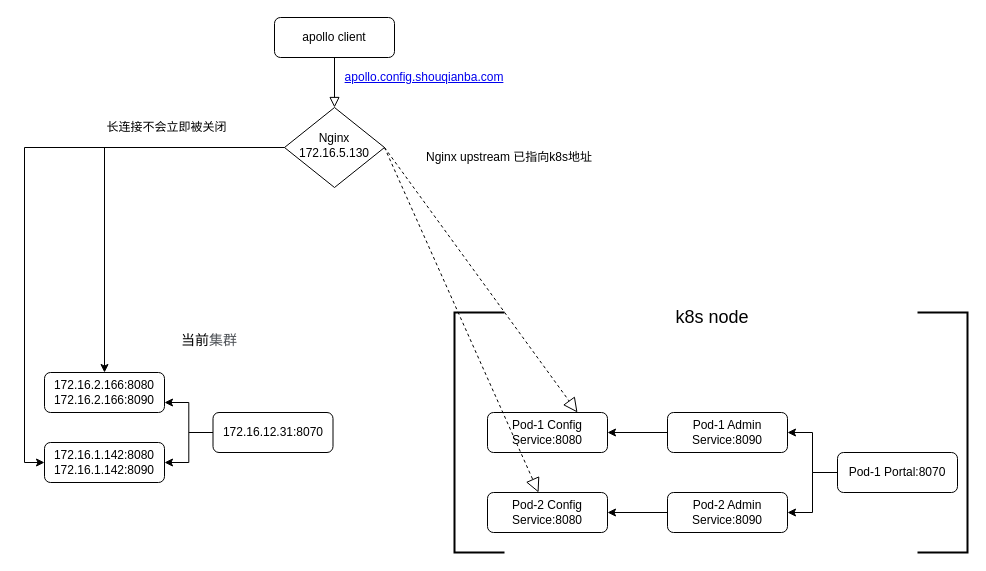
Earlier version of the draw.io diagram page "3client切换1" (3 of 7) of Untitled Diagram.drawio (RockyLOMO/devops-java-sample). Source tidied: cells renumbered, new cells numbered last; positions are measured from the earlier drawing's top-left corner, leaving out a move shared by most shapes. Both pictures are drawn from the tidied source at 100%, with x=0, y=0 at pixel (44, 17).
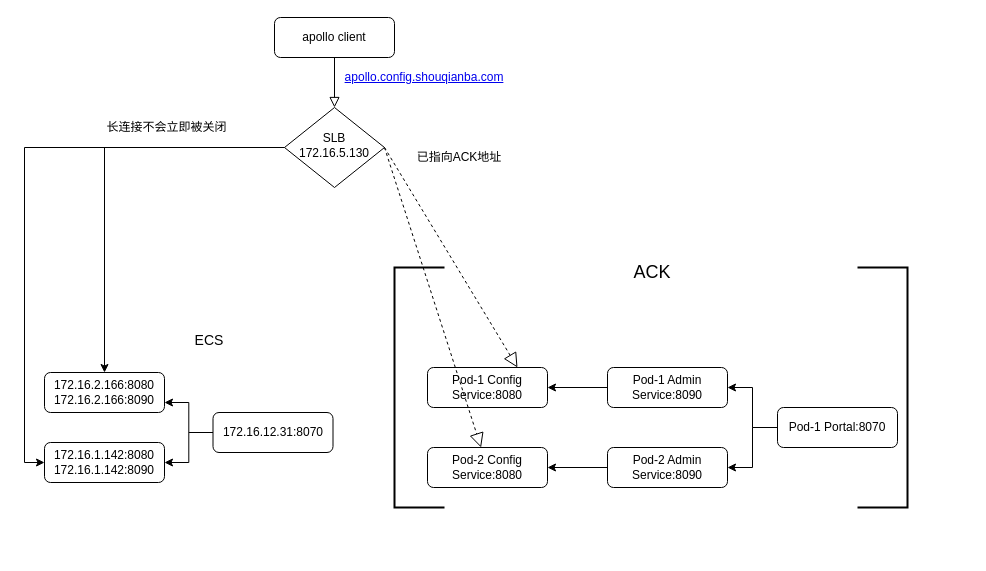
The same page after the edit.

The edit, as a diff of the source:
```diff
@@
-    <mxCell id="6" value="Nginx&lt;br&gt;172.16.5.130" style="rhombus;whiteSpace=wrap;html=1;shadow=0;fontFamily=Helvetica;fontSize=12;align=center;strokeWidth=1;spacing=6;spacingTop=-4;" parent="1" vertex="1">
+    <mxCell id="6" value="SLB&lt;br&gt;172.16.5.130" style="rhombus;whiteSpace=wrap;html=1;shadow=0;fontFamily=Helvetica;fontSize=12;align=center;strokeWidth=1;spacing=6;spacingTop=-4;" parent="1" vertex="1">
       <mxGeometry x="240" y="90" width="100" height="80" as="geometry" />
     </mxCell>
@@
     <mxCell id="10" value="Pod-1 Portal:8070" style="rounded=1;whiteSpace=wrap;html=1;fontSize=12;glass=0;strokeWidth=1;shadow=0;" parent="1" vertex="1">
-      <mxGeometry x="793" y="435" width="120" height="40" as="geometry" />
+      <mxGeometry x="733" y="390" width="120" height="40" as="geometry" />
     </mxCell>
     <mxCell id="11" value="Pod-1 Config Service:8080" style="rounded=1;whiteSpace=wrap;html=1;fontSize=12;glass=0;strokeWidth=1;shadow=0;" parent="1" vertex="1">
-      <mxGeometry x="443" y="395" width="120" height="40" as="geometry" />
+      <mxGeometry x="383" y="350" width="120" height="40" as="geometry" />
     </mxCell>
     <mxCell id="12" value="Pod-2 Config Service:8080" style="rounded=1;whiteSpace=wrap;html=1;fontSize=12;glass=0;strokeWidth=1;shadow=0;" parent="1" vertex="1">
-      <mxGeometry x="443" y="475" width="120" height="40" as="geometry" />
+      <mxGeometry x="383" y="430" width="120" height="40" as="geometry" />
     </mxCell>
@@
     <mxCell id="14" value="Pod-1 Admin Service:8090" style="rounded=1;whiteSpace=wrap;html=1;fontSize=12;glass=0;strokeWidth=1;shadow=0;" parent="1" vertex="1">
-      <mxGeometry x="623" y="395" width="120" height="40" as="geometry" />
+      <mxGeometry x="563" y="350" width="120" height="40" as="geometry" />
     </mxCell>
@@
     <mxCell id="16" value="Pod-2 Admin Service:8090" style="rounded=1;whiteSpace=wrap;html=1;fontSize=12;glass=0;strokeWidth=1;shadow=0;" parent="1" vertex="1">
-      <mxGeometry x="623" y="475" width="120" height="40" as="geometry" />
+      <mxGeometry x="563" y="430" width="120" height="40" as="geometry" />
     </mxCell>
-    <mxCell id="17" value="&lt;font style=&quot;font-size: 18px&quot;&gt;k8s node&lt;/font&gt;" style="text;html=1;strokeColor=none;fillColor=none;align=center;verticalAlign=middle;whiteSpace=wrap;rounded=0;" parent="1" vertex="1">
-      <mxGeometry x="623" y="285" width="90" height="30" as="geometry" />
+    <mxCell id="17" value="&lt;font style=&quot;font-size: 18px&quot;&gt;ACK&lt;/font&gt;" style="text;html=1;strokeColor=none;fillColor=none;align=center;verticalAlign=middle;whiteSpace=wrap;rounded=0;" parent="1" vertex="1">
+      <mxGeometry x="563" y="240" width="90" height="30" as="geometry" />
     </mxCell>
     <mxCell id="18" style="strokeWidth=2;html=1;shape=mxgraph.flowchart.annotation_1;align=left;" parent="1" vertex="1">
-      <mxGeometry x="410" y="295" width="50" height="240" as="geometry" />
+      <mxGeometry x="350" y="250" width="50" height="240" as="geometry" />
     </mxCell>
     <mxCell id="19" style="strokeWidth=2;html=1;shape=mxgraph.flowchart.annotation_1;align=left;direction=west;" parent="1" vertex="1">
-      <mxGeometry x="873" y="295" width="50" height="240" as="geometry" />
+      <mxGeometry x="813" y="250" width="50" height="240" as="geometry" />
     </mxCell>
@@
-    <mxCell id="25" value="&lt;font style=&quot;font-size: 14px&quot;&gt;当前&lt;/font&gt;&lt;span style=&quot;color: rgb(77 , 81 , 86) ; font-family: &amp;#34;arial&amp;#34; , sans-serif ; font-size: 14px ; text-align: left ; background-color: rgb(255 , 255 , 255)&quot;&gt;集群&lt;/span&gt;" style="text;html=1;strokeColor=none;fillColor=none;align=center;verticalAlign=middle;whiteSpace=wrap;rounded=0;" parent="1" vertex="1">
+    <mxCell id="25" value="&lt;span style=&quot;font-size: 14px&quot;&gt;ECS&lt;/span&gt;" style="text;html=1;strokeColor=none;fillColor=none;align=center;verticalAlign=middle;whiteSpace=wrap;rounded=0;" parent="1" vertex="1">
       <mxGeometry x="130" y="310" width="70" height="25" as="geometry" />
     </mxCell>
@@
-    <mxCell id="28" value="Nginx upstream 已指向k8s地址" style="text;html=1;strokeColor=none;fillColor=none;align=center;verticalAlign=middle;whiteSpace=wrap;rounded=0;" parent="1" vertex="1">
-      <mxGeometry x="370" y="130" width="190" height="20" as="geometry" />
+    <mxCell id="28" value="已指向ACK地址" style="text;html=1;strokeColor=none;fillColor=none;align=center;verticalAlign=middle;whiteSpace=wrap;rounded=0;" parent="1" vertex="1">
+      <mxGeometry x="320" y="130" width="190" height="20" as="geometry" />
     </mxCell>
```
